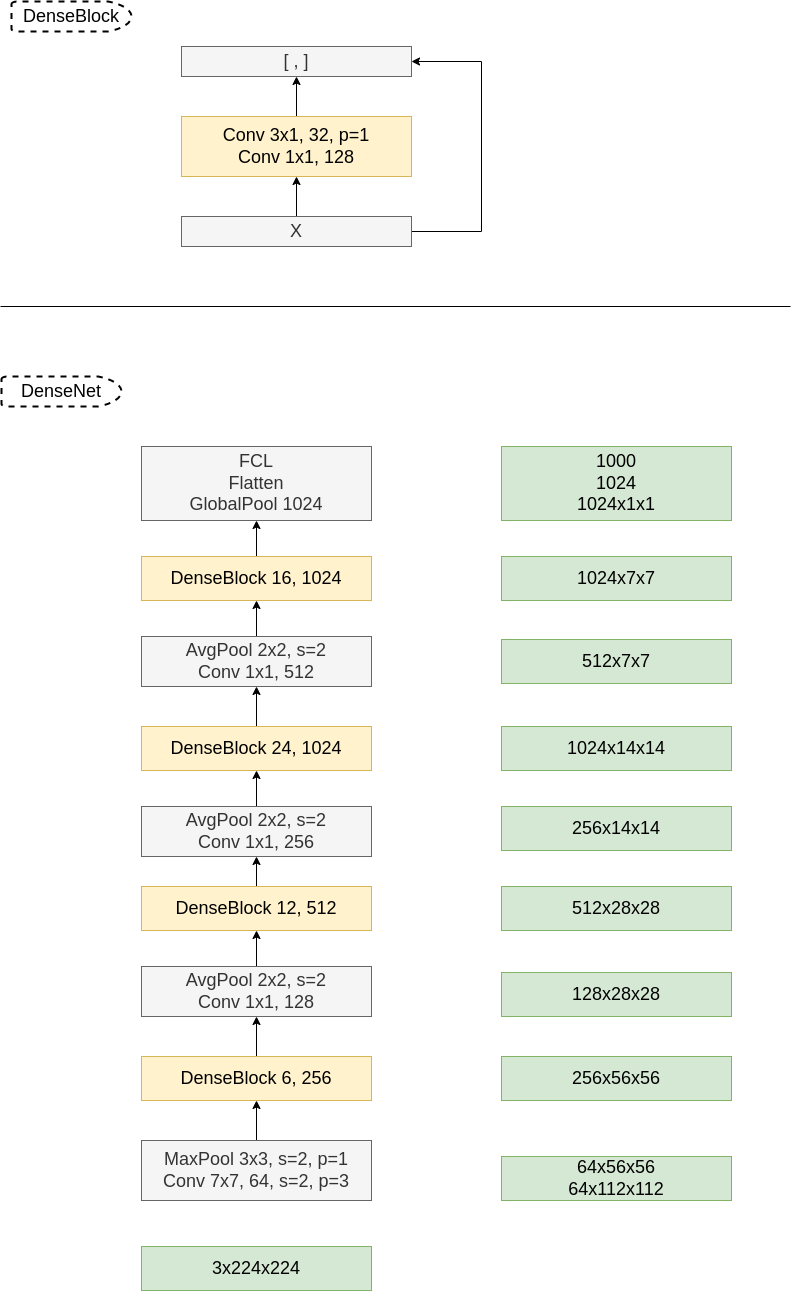
The draw.io diagram DenseNet/DenseNet.png in garrisonz/reproduce, before a commit. Source tidied: cells renumbered, new cells last; positions are measured from the earlier drawing's top-left corner, leaving out a move shared by most shapes. Its diagram source:
```xml
<mxGraphModel>
  <root>
    <mxCell id="0" />
    <mxCell id="1" parent="0" />
    <mxCell id="2" style="edgeStyle=orthogonalEdgeStyle;rounded=0;jettySize=auto;html=1;fontSize=18;" parent="1" edge="1" source="3" target="5">
      <mxGeometry relative="1" as="geometry" />
    </mxCell>
    <mxCell id="3" value="MaxPool 3x3, s=2, p=1&lt;br&gt;Conv 7x7, 64, s=2, p=3" style="rounded=0;whiteSpace=wrap;html=1;fontSize=18;fillColor=#f5f5f5;fontColor=#333333;strokeColor=#666666;" parent="1" vertex="1">
      <mxGeometry x="141" y="1139" width="230" height="60" as="geometry" />
    </mxCell>
    <mxCell id="4" style="edgeStyle=orthogonalEdgeStyle;rounded=0;jettySize=auto;html=1;fontSize=18;" parent="1" edge="1" source="5" target="15">
      <mxGeometry relative="1" as="geometry" />
    </mxCell>
    <mxCell id="5" value="DenseBlock 6, 256" style="rounded=0;whiteSpace=wrap;html=1;fontSize=18;fillColor=#fff2cc;strokeColor=#d6b656;" parent="1" vertex="1">
      <mxGeometry x="141" y="1055" width="230" height="44" as="geometry" />
    </mxCell>
    <mxCell id="6" style="endArrow=none;html=1;rounded=0;" parent="1" edge="1">
      <mxGeometry relative="1" as="geometry">
        <mxPoint y="305" as="sourcePoint" />
        <mxPoint x="790" y="305" as="targetPoint" />
      </mxGeometry>
    </mxCell>
    <mxCell id="7" style="edgeStyle=orthogonalEdgeStyle;rounded=0;jettySize=auto;html=1;" parent="1" edge="1" source="8" target="12">
      <mxGeometry relative="1" as="geometry" />
    </mxCell>
    <mxCell id="8" value="Conv 3x1, 32, p=1&lt;br&gt;Conv 1x1, 128" style="rounded=0;whiteSpace=wrap;html=1;fontSize=18;fillColor=#fff2cc;strokeColor=#d6b656;" parent="1" vertex="1">
      <mxGeometry x="181" y="115" width="230" height="60" as="geometry" />
    </mxCell>
    <mxCell id="9" style="edgeStyle=orthogonalEdgeStyle;rounded=0;jettySize=auto;html=1;" parent="1" edge="1" source="11" target="8">
      <mxGeometry relative="1" as="geometry" />
    </mxCell>
    <mxCell id="10" style="edgeStyle=orthogonalEdgeStyle;rounded=0;jettySize=auto;html=1;fontSize=18;entryX=1;entryY=0.5;entryDx=0;entryDy=0;exitX=1;exitY=0.5;exitDx=0;exitDy=0;" parent="1" edge="1" source="11" target="12">
      <mxGeometry relative="1" as="geometry">
        <Array as="points">
          <mxPoint x="481" y="230" />
          <mxPoint x="481" y="60" />
        </Array>
      </mxGeometry>
    </mxCell>
    <mxCell id="11" value="X" style="rounded=0;whiteSpace=wrap;html=1;fontSize=18;fillColor=#f5f5f5;fontColor=#333333;strokeColor=#666666;" parent="1" vertex="1">
      <mxGeometry x="181" y="215" width="230" height="30" as="geometry" />
    </mxCell>
    <mxCell id="12" value="[ , ]" style="rounded=0;whiteSpace=wrap;html=1;fontSize=18;fillColor=#f5f5f5;fontColor=#333333;strokeColor=#666666;" parent="1" vertex="1">
      <mxGeometry x="181" y="45" width="230" height="30" as="geometry" />
    </mxCell>
    <mxCell id="13" value="DenseBlock" style="strokeWidth=2;html=1;shape=mxgraph.flowchart.delay;whiteSpace=wrap;fontSize=18;dashed=1;" parent="1" vertex="1">
      <mxGeometry x="11" width="120" height="30" as="geometry" />
    </mxCell>
    <mxCell id="14" style="edgeStyle=orthogonalEdgeStyle;rounded=0;jettySize=auto;html=1;fontSize=18;entryX=0.5;entryY=1;entryDx=0;entryDy=0;" parent="1" edge="1" source="15" target="17">
      <mxGeometry relative="1" as="geometry" />
    </mxCell>
    <mxCell id="15" value="AvgPool 2x2, s=2&lt;br&gt;Conv 1x1, 128" style="rounded=0;whiteSpace=wrap;html=1;fontSize=18;fillColor=#f5f5f5;fontColor=#333333;strokeColor=#666666;" parent="1" vertex="1">
      <mxGeometry x="141" y="965" width="230" height="50" as="geometry" />
    </mxCell>
    <mxCell id="16" style="edgeStyle=orthogonalEdgeStyle;rounded=0;jettySize=auto;html=1;fontSize=18;entryX=0.5;entryY=1;entryDx=0;entryDy=0;" parent="1" edge="1" source="17" target="19">
      <mxGeometry relative="1" as="geometry" />
    </mxCell>
    <mxCell id="17" value="DenseBlock 12, 512" style="rounded=0;whiteSpace=wrap;html=1;fontSize=18;fillColor=#fff2cc;strokeColor=#d6b656;" parent="1" vertex="1">
      <mxGeometry x="141" y="885" width="230" height="44" as="geometry" />
    </mxCell>
    <mxCell id="18" style="edgeStyle=orthogonalEdgeStyle;rounded=0;jettySize=auto;html=1;fontSize=18;" parent="1" edge="1" source="19" target="21">
      <mxGeometry relative="1" as="geometry" />
    </mxCell>
    <mxCell id="19" value="AvgPool 2x2, s=2&lt;br&gt;Conv 1x1, 256" style="rounded=0;whiteSpace=wrap;html=1;fontSize=18;fillColor=#f5f5f5;fontColor=#333333;strokeColor=#666666;" parent="1" vertex="1">
      <mxGeometry x="141" y="805" width="230" height="50" as="geometry" />
    </mxCell>
    <mxCell id="20" style="edgeStyle=orthogonalEdgeStyle;rounded=0;jettySize=auto;html=1;fontSize=18;" parent="1" edge="1" source="21" target="23">
      <mxGeometry relative="1" as="geometry" />
    </mxCell>
    <mxCell id="21" value="DenseBlock 24, 1024" style="rounded=0;whiteSpace=wrap;html=1;fontSize=18;fillColor=#fff2cc;strokeColor=#d6b656;" parent="1" vertex="1">
      <mxGeometry x="141" y="725" width="230" height="44" as="geometry" />
    </mxCell>
    <mxCell id="22" style="edgeStyle=orthogonalEdgeStyle;rounded=0;jettySize=auto;html=1;entryX=0.5;entryY=1;entryDx=0;entryDy=0;fontSize=18;" parent="1" edge="1" source="23" target="25">
      <mxGeometry relative="1" as="geometry" />
    </mxCell>
    <mxCell id="23" value="AvgPool 2x2, s=2&lt;br&gt;Conv 1x1, 512" style="rounded=0;whiteSpace=wrap;html=1;fontSize=18;fillColor=#f5f5f5;fontColor=#333333;strokeColor=#666666;" parent="1" vertex="1">
      <mxGeometry x="141" y="635" width="230" height="50" as="geometry" />
    </mxCell>
    <mxCell id="24" style="edgeStyle=orthogonalEdgeStyle;rounded=0;jettySize=auto;html=1;fontSize=18;" parent="1" edge="1" source="25" target="26">
      <mxGeometry relative="1" as="geometry" />
    </mxCell>
    <mxCell id="25" value="DenseBlock 16, 1024" style="rounded=0;whiteSpace=wrap;html=1;fontSize=18;fillColor=#fff2cc;strokeColor=#d6b656;" parent="1" vertex="1">
      <mxGeometry x="141" y="555" width="230" height="44" as="geometry" />
    </mxCell>
    <mxCell id="26" value="FCL&lt;br&gt;Flatten&lt;br&gt;GlobalPool 1024" style="rounded=0;whiteSpace=wrap;html=1;fontSize=18;fillColor=#f5f5f5;fontColor=#333333;strokeColor=#666666;" parent="1" vertex="1">
      <mxGeometry x="141" y="445" width="230" height="74" as="geometry" />
    </mxCell>
    <mxCell id="27" value="3x224x224" style="rounded=0;whiteSpace=wrap;html=1;fontSize=18;fillColor=#d5e8d4;strokeColor=#82b366;" parent="1" vertex="1">
      <mxGeometry x="141" y="1245" width="230" height="44" as="geometry" />
    </mxCell>
    <mxCell id="28" value="64x56x56&lt;br&gt;64x112x112" style="rounded=0;whiteSpace=wrap;html=1;fontSize=18;fillColor=#d5e8d4;strokeColor=#82b366;" parent="1" vertex="1">
      <mxGeometry x="501" y="1155" width="230" height="44" as="geometry" />
    </mxCell>
    <mxCell id="29" value="256x56x56" style="rounded=0;whiteSpace=wrap;html=1;fontSize=18;fillColor=#d5e8d4;strokeColor=#82b366;" parent="1" vertex="1">
      <mxGeometry x="501" y="1055" width="230" height="44" as="geometry" />
    </mxCell>
    <mxCell id="30" value="128x28x28" style="rounded=0;whiteSpace=wrap;html=1;fontSize=18;fillColor=#d5e8d4;strokeColor=#82b366;" parent="1" vertex="1">
      <mxGeometry x="501" y="971" width="230" height="44" as="geometry" />
    </mxCell>
    <mxCell id="31" value="512x28x28" style="rounded=0;whiteSpace=wrap;html=1;fontSize=18;fillColor=#d5e8d4;strokeColor=#82b366;" parent="1" vertex="1">
      <mxGeometry x="501" y="885" width="230" height="44" as="geometry" />
    </mxCell>
    <mxCell id="32" value="256x14x14" style="rounded=0;whiteSpace=wrap;html=1;fontSize=18;fillColor=#d5e8d4;strokeColor=#82b366;" parent="1" vertex="1">
      <mxGeometry x="501" y="805" width="230" height="44" as="geometry" />
    </mxCell>
    <mxCell id="33" value="1024x14x14" style="rounded=0;whiteSpace=wrap;html=1;fontSize=18;fillColor=#d5e8d4;strokeColor=#82b366;" parent="1" vertex="1">
      <mxGeometry x="501" y="725" width="230" height="44" as="geometry" />
    </mxCell>
    <mxCell id="34" value="512x7x7" style="rounded=0;whiteSpace=wrap;html=1;fontSize=18;fillColor=#d5e8d4;strokeColor=#82b366;" parent="1" vertex="1">
      <mxGeometry x="501" y="638" width="230" height="44" as="geometry" />
    </mxCell>
    <mxCell id="35" value="1024x7x7" style="rounded=0;whiteSpace=wrap;html=1;fontSize=18;fillColor=#d5e8d4;strokeColor=#82b366;" parent="1" vertex="1">
      <mxGeometry x="501" y="555" width="230" height="44" as="geometry" />
    </mxCell>
    <mxCell id="36" value="1000&lt;br&gt;1024&lt;br&gt;1024x1x1" style="rounded=0;whiteSpace=wrap;html=1;fontSize=18;fillColor=#d5e8d4;strokeColor=#82b366;" parent="1" vertex="1">
      <mxGeometry x="501" y="445" width="230" height="74" as="geometry" />
    </mxCell>
    <mxCell id="37" value="DenseNet" style="strokeWidth=2;html=1;shape=mxgraph.flowchart.delay;whiteSpace=wrap;fontSize=18;dashed=1;" parent="1" vertex="1">
      <mxGeometry x="1" y="375" width="120" height="30" as="geometry" />
    </mxCell>
  </root>
</mxGraphModel>
```
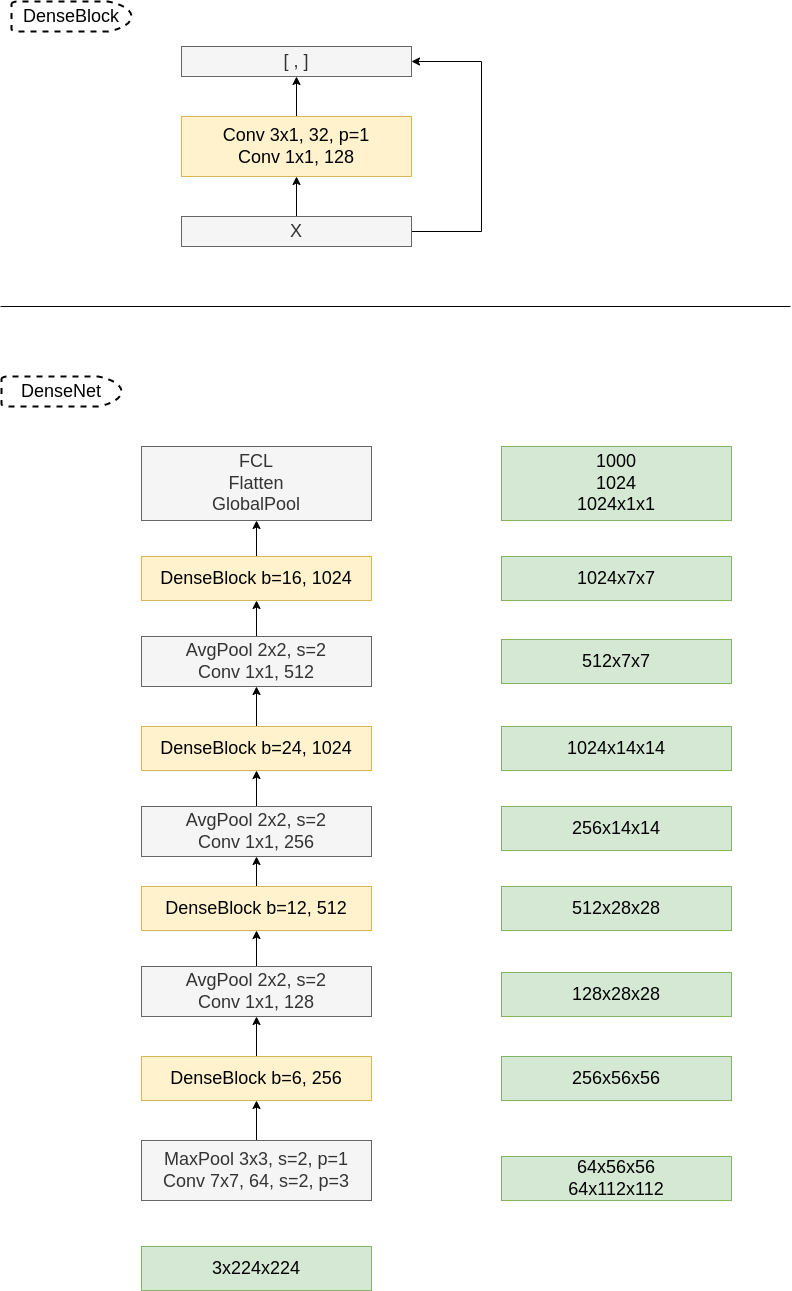
Above is the later version.

The edit, as a diff of the source:
```diff
@@ -11,7 +11,7 @@
     <mxCell id="4" style="edgeStyle=orthogonalEdgeStyle;rounded=0;jettySize=auto;html=1;fontSize=18;" parent="1" edge="1" source="5" target="15">
       <mxGeometry relative="1" as="geometry" />
     </mxCell>
-    <mxCell id="5" value="DenseBlock 6, 256" style="rounded=0;whiteSpace=wrap;html=1;fontSize=18;fillColor=#fff2cc;strokeColor=#d6b656;" parent="1" vertex="1">
+    <mxCell id="5" value="DenseBlock b=6, 256" style="rounded=0;whiteSpace=wrap;html=1;fontSize=18;fillColor=#fff2cc;strokeColor=#d6b656;" parent="1" vertex="1">
       <mxGeometry x="141" y="1055" width="230" height="44" as="geometry" />
     </mxCell>
     <mxCell id="6" style="endArrow=none;html=1;rounded=0;" parent="1" edge="1">
@@ -55,7 +55,7 @@
     <mxCell id="16" style="edgeStyle=orthogonalEdgeStyle;rounded=0;jettySize=auto;html=1;fontSize=18;entryX=0.5;entryY=1;entryDx=0;entryDy=0;" parent="1" edge="1" source="17" target="19">
       <mxGeometry relative="1" as="geometry" />
     </mxCell>
-    <mxCell id="17" value="DenseBlock 12, 512" style="rounded=0;whiteSpace=wrap;html=1;fontSize=18;fillColor=#fff2cc;strokeColor=#d6b656;" parent="1" vertex="1">
+    <mxCell id="17" value="DenseBlock b=12, 512" style="rounded=0;whiteSpace=wrap;html=1;fontSize=18;fillColor=#fff2cc;strokeColor=#d6b656;" parent="1" vertex="1">
       <mxGeometry x="141" y="885" width="230" height="44" as="geometry" />
     </mxCell>
     <mxCell id="18" style="edgeStyle=orthogonalEdgeStyle;rounded=0;jettySize=auto;html=1;fontSize=18;" parent="1" edge="1" source="19" target="21">
@@ -67,7 +67,7 @@
     <mxCell id="20" style="edgeStyle=orthogonalEdgeStyle;rounded=0;jettySize=auto;html=1;fontSize=18;" parent="1" edge="1" source="21" target="23">
       <mxGeometry relative="1" as="geometry" />
     </mxCell>
-    <mxCell id="21" value="DenseBlock 24, 1024" style="rounded=0;whiteSpace=wrap;html=1;fontSize=18;fillColor=#fff2cc;strokeColor=#d6b656;" parent="1" vertex="1">
+    <mxCell id="21" value="DenseBlock b=24, 1024" style="rounded=0;whiteSpace=wrap;html=1;fontSize=18;fillColor=#fff2cc;strokeColor=#d6b656;" parent="1" vertex="1">
       <mxGeometry x="141" y="725" width="230" height="44" as="geometry" />
     </mxCell>
     <mxCell id="22" style="edgeStyle=orthogonalEdgeStyle;rounded=0;jettySize=auto;html=1;entryX=0.5;entryY=1;entryDx=0;entryDy=0;fontSize=18;" parent="1" edge="1" source="23" target="25">
@@ -79,10 +79,10 @@
     <mxCell id="24" style="edgeStyle=orthogonalEdgeStyle;rounded=0;jettySize=auto;html=1;fontSize=18;" parent="1" edge="1" source="25" target="26">
       <mxGeometry relative="1" as="geometry" />
     </mxCell>
-    <mxCell id="25" value="DenseBlock 16, 1024" style="rounded=0;whiteSpace=wrap;html=1;fontSize=18;fillColor=#fff2cc;strokeColor=#d6b656;" parent="1" vertex="1">
+    <mxCell id="25" value="DenseBlock b=16, 1024" style="rounded=0;whiteSpace=wrap;html=1;fontSize=18;fillColor=#fff2cc;strokeColor=#d6b656;" parent="1" vertex="1">
       <mxGeometry x="141" y="555" width="230" height="44" as="geometry" />
     </mxCell>
-    <mxCell id="26" value="FCL&lt;br&gt;Flatten&lt;br&gt;GlobalPool 1024" style="rounded=0;whiteSpace=wrap;html=1;fontSize=18;fillColor=#f5f5f5;fontColor=#333333;strokeColor=#666666;" parent="1" vertex="1">
+    <mxCell id="26" value="FCL&lt;br&gt;Flatten&lt;br&gt;GlobalPool" style="rounded=0;whiteSpace=wrap;html=1;fontSize=18;fillColor=#f5f5f5;fontColor=#333333;strokeColor=#666666;" parent="1" vertex="1">
       <mxGeometry x="141" y="445" width="230" height="74" as="geometry" />
     </mxCell>
     <mxCell id="27" value="3x224x224" style="rounded=0;whiteSpace=wrap;html=1;fontSize=18;fillColor=#d5e8d4;strokeColor=#82b366;" parent="1" vertex="1">
```
